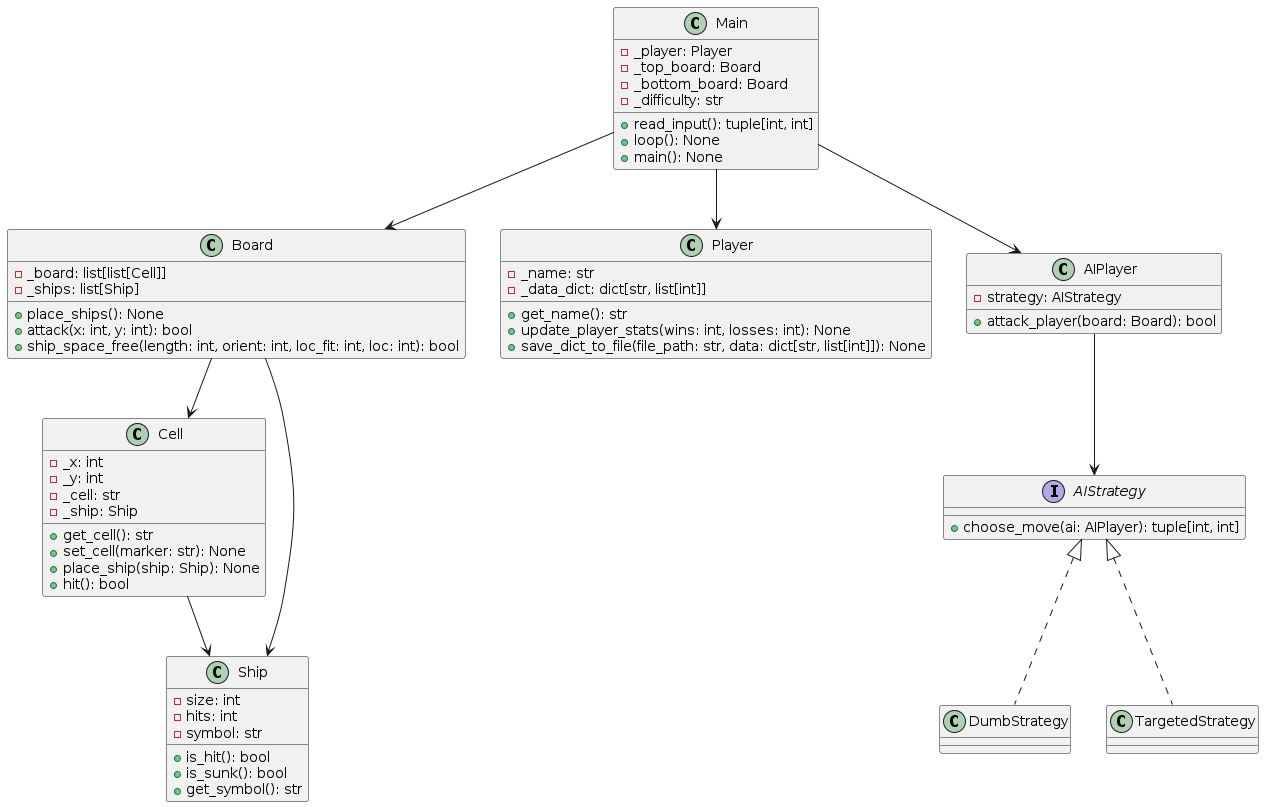
Earlier version of the PlantUML export Final_Project/uml/Logical_View.png (joywalgren/FinalProject_OOP).
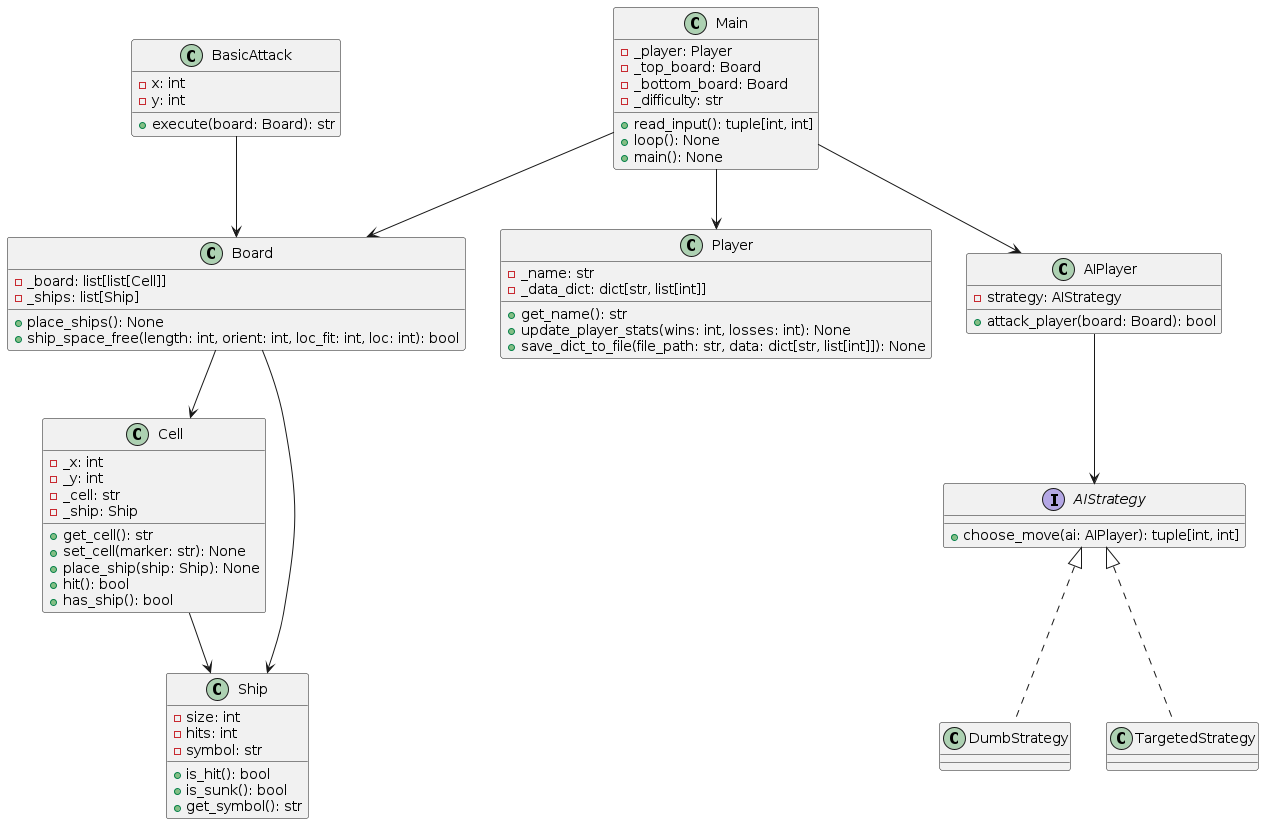
The same file after the commit.

Commit message:
fixing logical view

Diff of the diagram source:
```diff
@@ -1,4 +1,5 @@
 @startuml Logical_View
+
 class Cell {
     - _x: int
     - _y: int
@@ -8,6 +9,7 @@
     + set_cell(marker: str): None
     + place_ship(ship: Ship): None
     + hit(): bool
+    + has_ship(): bool
 }
 
 class Ship {
@@ -23,7 +25,6 @@
     - _board: list[list[Cell]]
     - _ships: list[Ship]
     + place_ships(): None
-    + attack(x: int, y: int): bool
     + ship_space_free(length: int, orient: int, loc_fit: int, loc: int): bool
 }
 
@@ -57,6 +58,13 @@
     + main(): None
 }
 
+
+class BasicAttack {
+    - x: int
+    - y: int
+    + execute(board: Board): str
+}
+
 AIStrategy <|.. DumbStrategy
 AIStrategy <|.. TargetedStrategy
 AIPlayer --> AIStrategy
@@ -66,4 +74,6 @@
 Board --> Cell
 Board --> Ship
 Cell --> Ship
+BasicAttack --> Board
+
 @enduml
```
